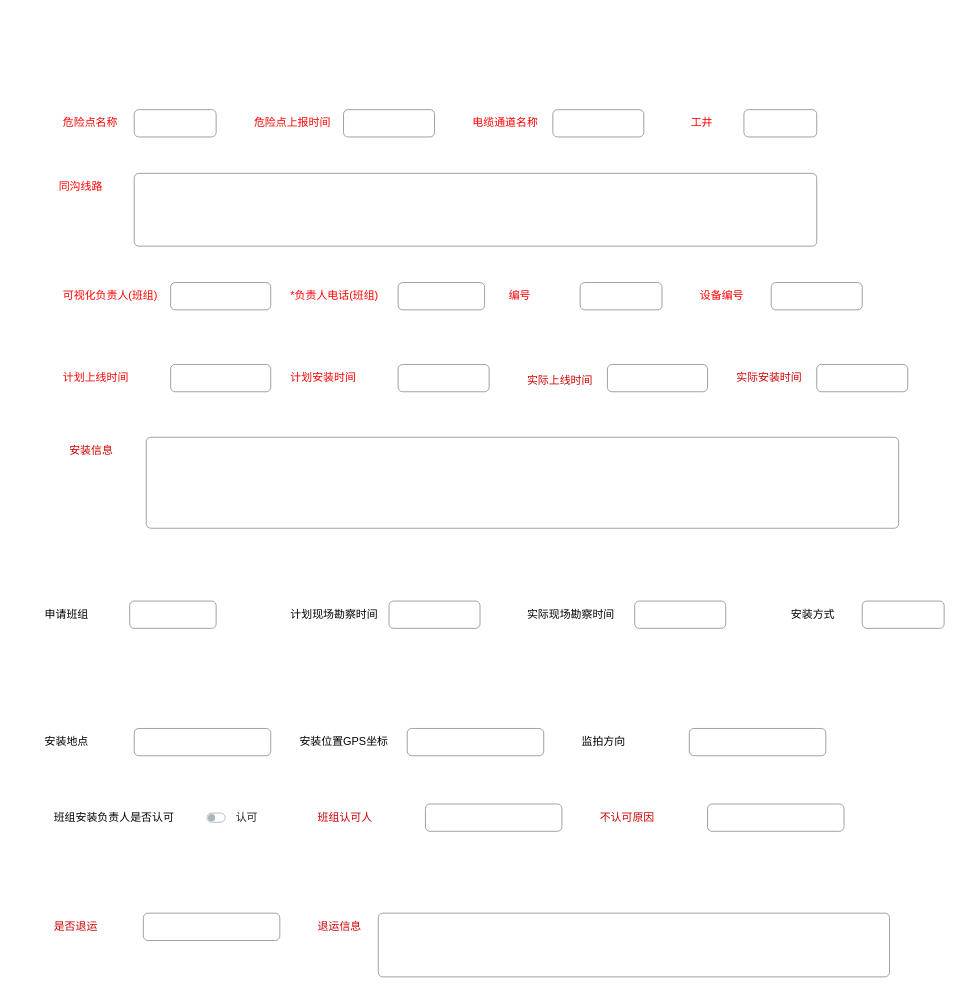
Earlier version of the draw.io diagram 济南电缆.drawio (zm52hz/test1). Source tidied: cells renumbered, new cells numbered last; positions are measured from the earlier drawing's top-left corner, leaving out a move shared by most shapes. Both pictures are drawn from the tidied source at 91%, with x=0, y=0 at pixel (15, 73).
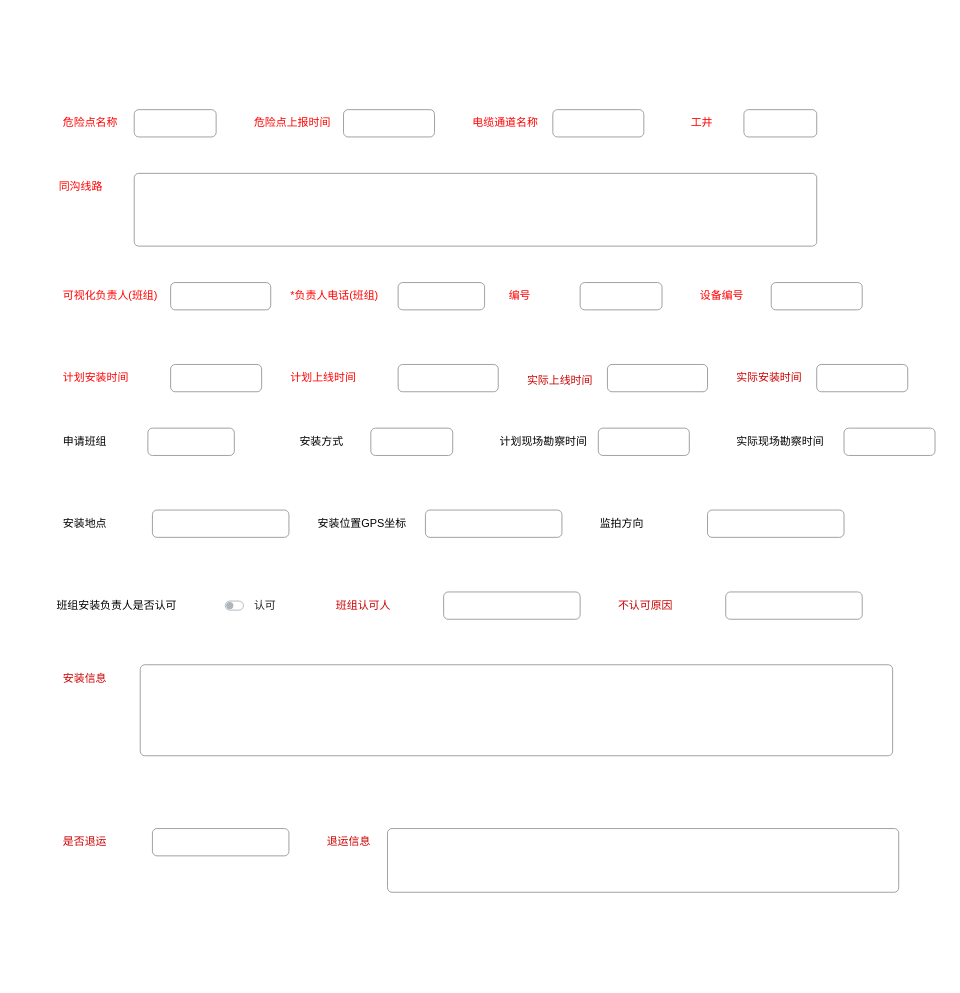
After the change.

Commit message (it also covers changes not shown here):
更新济南电缆.drawio

Unchanged cells that the change refers to:
```xml
<mxCell id="3" style="group;" parent="2" vertex="1">
  <mxGeometry x="-10" y="-40" width="200" height="140" as="geometry" />
</mxCell>
```

Diff of the diagram source:
```diff
@@
     <mxCell id="2" style="group;" parent="1" vertex="1">
-      <mxGeometry x="40" y="650" width="260" height="140" as="geometry" />
+      <mxGeometry x="80" y="460" width="260" height="140" as="geometry" />
     </mxCell>
@@
     <mxCell id="4" value="安装地点" style="text;html=1;strokeColor=none;fillColor=none;align=left;verticalAlign=middle;whiteSpace=wrap;rounded=0;" parent="3" vertex="1">
-      <mxGeometry y="110" width="110" height="30" as="geometry" />
+      <mxGeometry x="-20" y="60" width="110" height="30" as="geometry" />
     </mxCell>
     <mxCell id="5" style="html=1;shadow=0;dashed=0;shape=mxgraph.bootstrap.rrect;rSize=5;fillColor=none;strokeColor=#999999;align=left;spacing=15;fontSize=14;fontColor=#6C767D;" parent="3" vertex="1">
-      <mxGeometry x="100" y="110" width="150" height="30" as="geometry">
+      <mxGeometry x="80" y="60" width="150" height="30" as="geometry">
         <mxPoint x="-70" y="-110" as="offset" />
       </mxGeometry>
     </mxCell>
     <mxCell id="6" style="group;" parent="1" vertex="1">
-      <mxGeometry x="720" y="790" width="200" height="140" as="geometry" />
+      <mxGeometry x="703.4" y="790" width="266.6" height="140" as="geometry" />
     </mxCell>
     <mxCell id="7" style="group;" parent="6" vertex="1">
-      <mxGeometry x="-680" y="13" width="170" height="30" as="geometry" />
+      <mxGeometry x="-660" y="-220" width="170" height="30" as="geometry" />
     </mxCell>
@@
+    <mxCell id="13" value="&lt;font color=&quot;#cc0000&quot;&gt;是否退运&lt;/font&gt;" style="text;html=1;strokeColor=none;fillColor=none;align=left;verticalAlign=middle;whiteSpace=wrap;rounded=0;" parent="6" vertex="1">
+      <mxGeometry x="-653.4" y="40" width="110" height="30" as="geometry" />
+    </mxCell>
+    <mxCell id="14" style="html=1;shadow=0;dashed=0;shape=mxgraph.bootstrap.rrect;rSize=5;fillColor=none;strokeColor=#999999;align=left;spacing=15;fontSize=14;fontColor=#6C767D;" parent="6" vertex="1">
+      <mxGeometry x="-553.4" y="40" width="150" height="30" as="geometry">
+        <mxPoint x="-70" y="-110" as="offset" />
+      </mxGeometry>
+    </mxCell>
+    <mxCell id="25" value="&lt;font color=&quot;#cc0000&quot;&gt;退运信息&lt;/font&gt;" style="text;html=1;strokeColor=none;fillColor=none;align=left;verticalAlign=middle;whiteSpace=wrap;rounded=0;" parent="6" vertex="1">
+      <mxGeometry x="-363.4" y="40" width="110" height="30" as="geometry" />
+    </mxCell>
+    <mxCell id="26" style="html=1;shadow=0;dashed=0;shape=mxgraph.bootstrap.rrect;rSize=5;fillColor=none;strokeColor=#999999;align=left;spacing=15;fontSize=14;fontColor=#6C767D;" parent="6" vertex="1">
+      <mxGeometry x="-295.1" y="40" width="561.8" height="70" as="geometry">
+        <mxPoint x="-70" y="-110" as="offset" />
+      </mxGeometry>
+    </mxCell>
     <mxCell id="9" value="&lt;font color=&quot;#cc0000&quot;&gt;班组认可人&lt;/font&gt;" style="text;html=1;strokeColor=none;fillColor=none;align=left;verticalAlign=middle;whiteSpace=wrap;rounded=0;" parent="1" vertex="1">
-      <mxGeometry x="330" y="803" width="110" height="30" as="geometry" />
+      <mxGeometry x="350" y="570" width="110" height="30" as="geometry" />
     </mxCell>
     <mxCell id="10" style="html=1;shadow=0;dashed=0;shape=mxgraph.bootstrap.rrect;rSize=5;fillColor=none;strokeColor=#999999;align=left;spacing=15;fontSize=14;fontColor=#6C767D;" parent="1" vertex="1">
-      <mxGeometry x="450" y="803" width="150" height="30" as="geometry">
+      <mxGeometry x="470" y="570" width="150" height="30" as="geometry">
         <mxPoint x="-70" y="-110" as="offset" />
       </mxGeometry>
     </mxCell>
     <mxCell id="11" value="&lt;font color=&quot;#cc0000&quot;&gt;不认可原因&lt;/font&gt;" style="text;html=1;strokeColor=none;fillColor=none;align=left;verticalAlign=middle;whiteSpace=wrap;rounded=0;" parent="1" vertex="1">
-      <mxGeometry x="640" y="803" width="110" height="30" as="geometry" />
+      <mxGeometry x="660" y="570" width="110" height="30" as="geometry" />
     </mxCell>
     <mxCell id="12" style="html=1;shadow=0;dashed=0;shape=mxgraph.bootstrap.rrect;rSize=5;fillColor=none;strokeColor=#999999;align=left;spacing=15;fontSize=14;fontColor=#6C767D;" parent="1" vertex="1">
-      <mxGeometry x="760" y="803" width="150" height="30" as="geometry">
+      <mxGeometry x="780" y="570" width="150" height="30" as="geometry">
         <mxPoint x="-70" y="-110" as="offset" />
       </mxGeometry>
     </mxCell>
-    <mxCell id="13" value="&lt;font color=&quot;#cc0000&quot;&gt;是否退运&lt;/font&gt;" style="text;html=1;strokeColor=none;fillColor=none;align=left;verticalAlign=middle;whiteSpace=wrap;rounded=0;" parent="1" vertex="1">
-      <mxGeometry x="40" y="923" width="110" height="30" as="geometry" />
-    </mxCell>
-    <mxCell id="14" style="html=1;shadow=0;dashed=0;shape=mxgraph.bootstrap.rrect;rSize=5;fillColor=none;strokeColor=#999999;align=left;spacing=15;fontSize=14;fontColor=#6C767D;" parent="1" vertex="1">
-      <mxGeometry x="140" y="923" width="150" height="30" as="geometry">
-        <mxPoint x="-70" y="-110" as="offset" />
-      </mxGeometry>
-    </mxCell>
     <mxCell id="15" value="认可" style="html=1;shadow=0;dashed=0;shape=mxgraph.bootstrap.switch;strokeColor=#ADB6BD;strokeWidth=1;fillColor=#ffffff;fontColor=#212529;onStrokeColor=#ffffff;onFillColor=#0085FC;align=left;verticalAlign=middle;spacingLeft=10;labelPosition=right;verticalLabelPosition=middle;buttonState=0;sketch=0;" parent="1" vertex="1">
-      <mxGeometry x="210" y="813" width="20" height="10" as="geometry" />
+      <mxGeometry x="230" y="580" width="20" height="10" as="geometry" />
     </mxCell>
     <mxCell id="16" style="group;" parent="1" vertex="1">
-      <mxGeometry x="300" y="250" width="270" height="140" as="geometry" />
+      <mxGeometry x="50" y="250" width="270" height="140" as="geometry" />
     </mxCell>
@@
     <mxCell id="19" value="监拍方向" style="text;html=1;strokeColor=none;fillColor=none;align=left;verticalAlign=middle;whiteSpace=wrap;rounded=0;" parent="1" vertex="1">
-      <mxGeometry x="620" y="720" width="110" height="30" as="geometry" />
+      <mxGeometry x="640" y="480" width="110" height="30" as="geometry" />
     </mxCell>
     <mxCell id="20" style="html=1;shadow=0;dashed=0;shape=mxgraph.bootstrap.rrect;rSize=5;fillColor=none;strokeColor=#999999;align=left;spacing=15;fontSize=14;fontColor=#6C767D;" parent="1" vertex="1">
-      <mxGeometry x="740" y="720" width="150" height="30" as="geometry">
+      <mxGeometry x="760" y="480" width="150" height="30" as="geometry">
         <mxPoint x="-70" y="-110" as="offset" />
       </mxGeometry>
     </mxCell>
     <mxCell id="21" value="安装位置GPS坐标" style="text;html=1;strokeColor=none;fillColor=none;align=left;verticalAlign=middle;whiteSpace=wrap;rounded=0;" parent="1" vertex="1">
-      <mxGeometry x="310" y="720" width="110" height="30" as="geometry" />
+      <mxGeometry x="330" y="480" width="110" height="30" as="geometry" />
     </mxCell>
     <mxCell id="22" style="html=1;shadow=0;dashed=0;shape=mxgraph.bootstrap.rrect;rSize=5;fillColor=none;strokeColor=#999999;align=left;spacing=15;fontSize=14;fontColor=#6C767D;" parent="1" vertex="1">
-      <mxGeometry x="430" y="720" width="150" height="30" as="geometry">
+      <mxGeometry x="450" y="480" width="150" height="30" as="geometry">
         <mxPoint x="-70" y="-110" as="offset" />
       </mxGeometry>
     </mxCell>
     <mxCell id="23" value="安装信息" style="text;html=1;strokeColor=none;fillColor=none;align=left;verticalAlign=middle;whiteSpace=wrap;rounded=0;fontColor=#CC0000;" parent="1" vertex="1">
-      <mxGeometry x="56.6" y="400" width="62.6" height="30" as="geometry" />
+      <mxGeometry x="50" y="650" width="62.6" height="30" as="geometry" />
     </mxCell>
     <mxCell id="24" style="html=1;shadow=0;dashed=0;shape=mxgraph.bootstrap.rrect;rSize=5;fillColor=none;strokeColor=#999999;align=left;spacing=15;fontSize=14;fontColor=#6C767D;" parent="1" vertex="1">
-      <mxGeometry x="143.2" y="400" width="826.8" height="100" as="geometry">
+      <mxGeometry x="136.6" y="650" width="826.8" height="100" as="geometry">
         <mxPoint x="-70" y="-110" as="offset" />
       </mxGeometry>
     </mxCell>
-    <mxCell id="25" value="&lt;font color=&quot;#cc0000&quot;&gt;退运信息&lt;/font&gt;" style="text;html=1;strokeColor=none;fillColor=none;align=left;verticalAlign=middle;whiteSpace=wrap;rounded=0;" parent="1" vertex="1">
-      <mxGeometry x="330" y="923" width="110" height="30" as="geometry" />
-    </mxCell>
-    <mxCell id="26" style="html=1;shadow=0;dashed=0;shape=mxgraph.bootstrap.rrect;rSize=5;fillColor=none;strokeColor=#999999;align=left;spacing=15;fontSize=14;fontColor=#6C767D;" parent="1" vertex="1">
-      <mxGeometry x="398.2" y="923" width="561.8" height="70" as="geometry">
-        <mxPoint x="-70" y="-110" as="offset" />
-      </mxGeometry>
-    </mxCell>
@@
-    <mxCell id="46" value="计划上线时间" style="text;html=1;strokeColor=none;fillColor=none;align=left;verticalAlign=middle;whiteSpace=wrap;rounded=0;fontColor=#FF0000;" parent="1" vertex="1">
-      <mxGeometry x="50" y="320" width="110" height="30" as="geometry" />
-    </mxCell>
-    <mxCell id="47" style="html=1;shadow=0;dashed=0;shape=mxgraph.bootstrap.rrect;rSize=5;fillColor=none;strokeColor=#999999;align=left;spacing=15;fontSize=14;fontColor=#6C767D;" parent="1" vertex="1">
-      <mxGeometry x="170" y="320" width="110" height="30" as="geometry">
-        <mxPoint x="-70" y="-110" as="offset" />
-      </mxGeometry>
-    </mxCell>
@@
     <mxCell id="52" value="申请班组" style="text;html=1;strokeColor=none;fillColor=none;align=left;verticalAlign=middle;whiteSpace=wrap;rounded=0;" parent="1" vertex="1">
-      <mxGeometry x="30" y="580" width="110" height="30" as="geometry" />
+      <mxGeometry x="50" y="390" width="110" height="30" as="geometry" />
     </mxCell>
     <mxCell id="53" style="html=1;shadow=0;dashed=0;shape=mxgraph.bootstrap.rrect;rSize=5;fillColor=none;strokeColor=#999999;align=left;spacing=15;fontSize=14;fontColor=#6C767D;" parent="1" vertex="1">
-      <mxGeometry x="125" y="580" width="95" height="30" as="geometry">
+      <mxGeometry x="145" y="390" width="95" height="30" as="geometry">
         <mxPoint x="-70" y="-110" as="offset" />
       </mxGeometry>
     </mxCell>
-    <mxCell id="54" value="安装方式" style="text;html=1;strokeColor=none;fillColor=none;align=left;verticalAlign=middle;whiteSpace=wrap;rounded=0;" parent="1" vertex="1">
-      <mxGeometry x="850" y="580" width="110" height="30" as="geometry" />
-    </mxCell>
-    <mxCell id="55" style="html=1;shadow=0;dashed=0;shape=mxgraph.bootstrap.rrect;rSize=5;fillColor=none;strokeColor=#999999;align=left;spacing=15;fontSize=14;fontColor=#6C767D;" parent="1" vertex="1">
-      <mxGeometry x="930" y="580" width="90" height="30" as="geometry">
-        <mxPoint x="-70" y="-110" as="offset" />
-      </mxGeometry>
-    </mxCell>
     <mxCell id="56" value="实际现场勘察时间" style="text;html=1;strokeColor=none;fillColor=none;align=left;verticalAlign=middle;whiteSpace=wrap;rounded=0;" parent="1" vertex="1">
-      <mxGeometry x="560" y="580" width="110" height="30" as="geometry" />
+      <mxGeometry x="790" y="390" width="110" height="30" as="geometry" />
     </mxCell>
     <mxCell id="57" style="html=1;shadow=0;dashed=0;shape=mxgraph.bootstrap.rrect;rSize=5;fillColor=none;strokeColor=#999999;align=left;spacing=15;fontSize=14;fontColor=#6C767D;" parent="1" vertex="1">
-      <mxGeometry x="680" y="580" width="100" height="30" as="geometry">
+      <mxGeometry x="910" y="390" width="100" height="30" as="geometry">
         <mxPoint x="-70" y="-110" as="offset" />
       </mxGeometry>
     </mxCell>
     <mxCell id="58" style="group;" parent="1" vertex="1">
-      <mxGeometry x="300" y="470" width="230" height="140" as="geometry" />
+      <mxGeometry x="340" y="280" width="230" height="140" as="geometry" />
     </mxCell>
     <mxCell id="59" value="计划现场勘察时间" style="text;html=1;strokeColor=none;fillColor=none;align=left;verticalAlign=middle;whiteSpace=wrap;rounded=0;" parent="58" vertex="1">
-      <mxGeometry y="110" width="110" height="30" as="geometry" />
+      <mxGeometry x="190" y="110" width="110" height="30" as="geometry" />
     </mxCell>
     <mxCell id="60" style="html=1;shadow=0;dashed=0;shape=mxgraph.bootstrap.rrect;rSize=5;fillColor=none;strokeColor=#999999;align=left;spacing=15;fontSize=14;fontColor=#6C767D;" parent="58" vertex="1">
-      <mxGeometry x="110" y="110" width="100" height="30" as="geometry">
+      <mxGeometry x="300" y="110" width="100" height="30" as="geometry">
         <mxPoint x="-70" y="-110" as="offset" />
       </mxGeometry>
     </mxCell>
+    <mxCell id="54" value="安装方式" style="text;html=1;strokeColor=none;fillColor=none;align=left;verticalAlign=middle;whiteSpace=wrap;rounded=0;" parent="58" vertex="1">
+      <mxGeometry x="-30" y="110" width="100" height="30" as="geometry" />
+    </mxCell>
+    <mxCell id="55" style="html=1;shadow=0;dashed=0;shape=mxgraph.bootstrap.rrect;rSize=5;fillColor=none;strokeColor=#999999;align=left;spacing=15;fontSize=14;fontColor=#6C767D;" parent="58" vertex="1">
+      <mxGeometry x="50" y="110" width="90" height="30" as="geometry">
+        <mxPoint x="-70" y="-110" as="offset" />
+      </mxGeometry>
+    </mxCell>
+    <mxCell id="61" style="group;" parent="1" vertex="1">
+      <mxGeometry x="300" y="210" width="160" height="140" as="geometry" />
+    </mxCell>
+    <mxCell id="46" value="计划上线时间" style="text;html=1;strokeColor=none;fillColor=none;align=left;verticalAlign=middle;whiteSpace=wrap;rounded=0;fontColor=#FF0000;" parent="61" vertex="1">
+      <mxGeometry y="110" width="110" height="30" as="geometry" />
+    </mxCell>
+    <mxCell id="47" style="html=1;shadow=0;dashed=0;shape=mxgraph.bootstrap.rrect;rSize=5;fillColor=none;strokeColor=#999999;align=left;spacing=15;fontSize=14;fontColor=#6C767D;" parent="61" vertex="1">
+      <mxGeometry x="120" y="110" width="110" height="30" as="geometry">
+        <mxPoint x="-70" y="-110" as="offset" />
+      </mxGeometry>
+    </mxCell>
```
